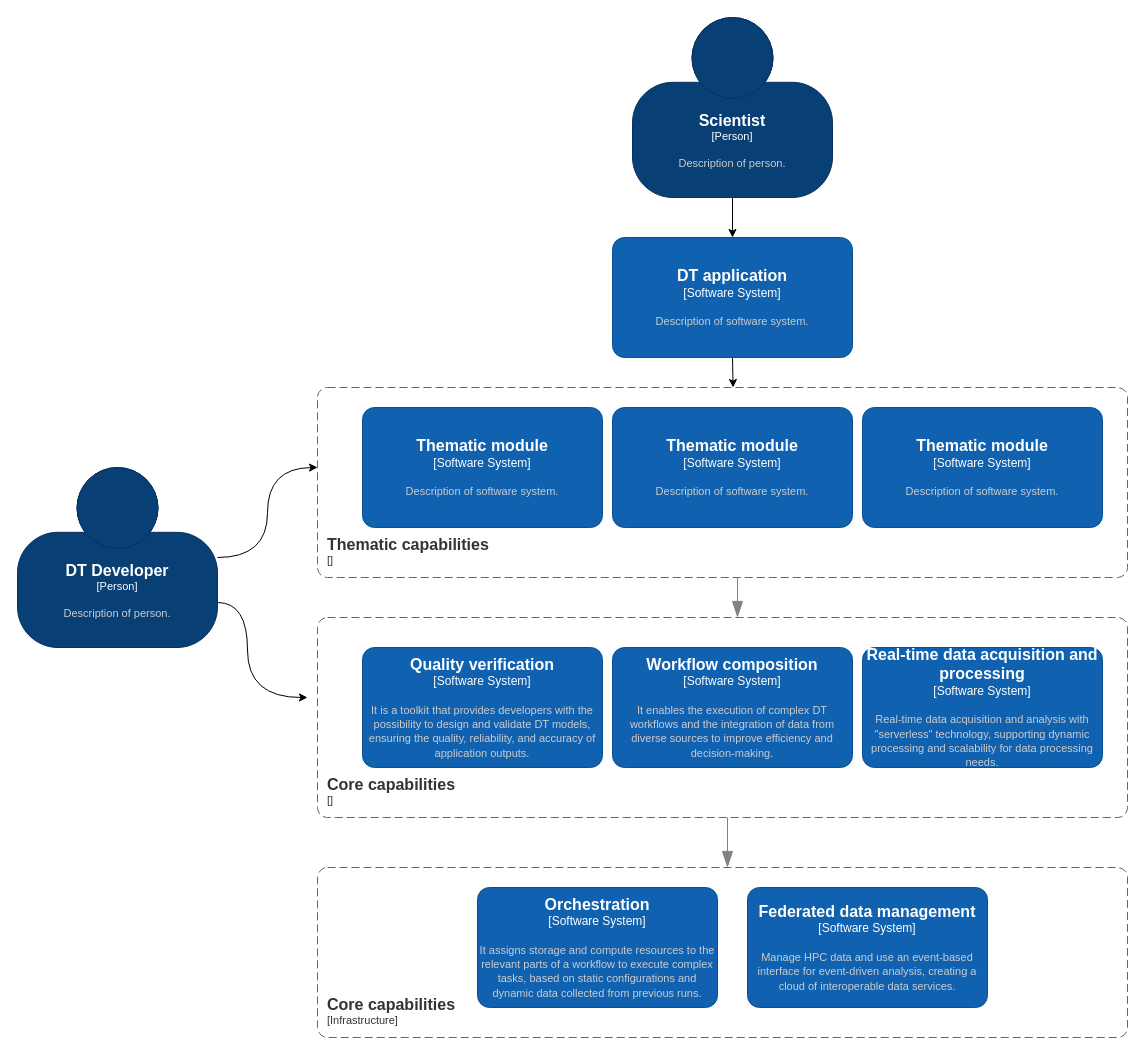
The draw.io diagram page "Proposal" (2 of 4) of DTE/drawio/DTE.drawio in interTwin-eu/architecture-diagrams, before the edit. Source tidied: cells renumbered, new cells numbered last; positions are measured from the earlier drawing's top-left corner, leaving out a move shared by most shapes. Both pictures are drawn from the tidied source at 100%, with x=0, y=0 at pixel (17, 17).
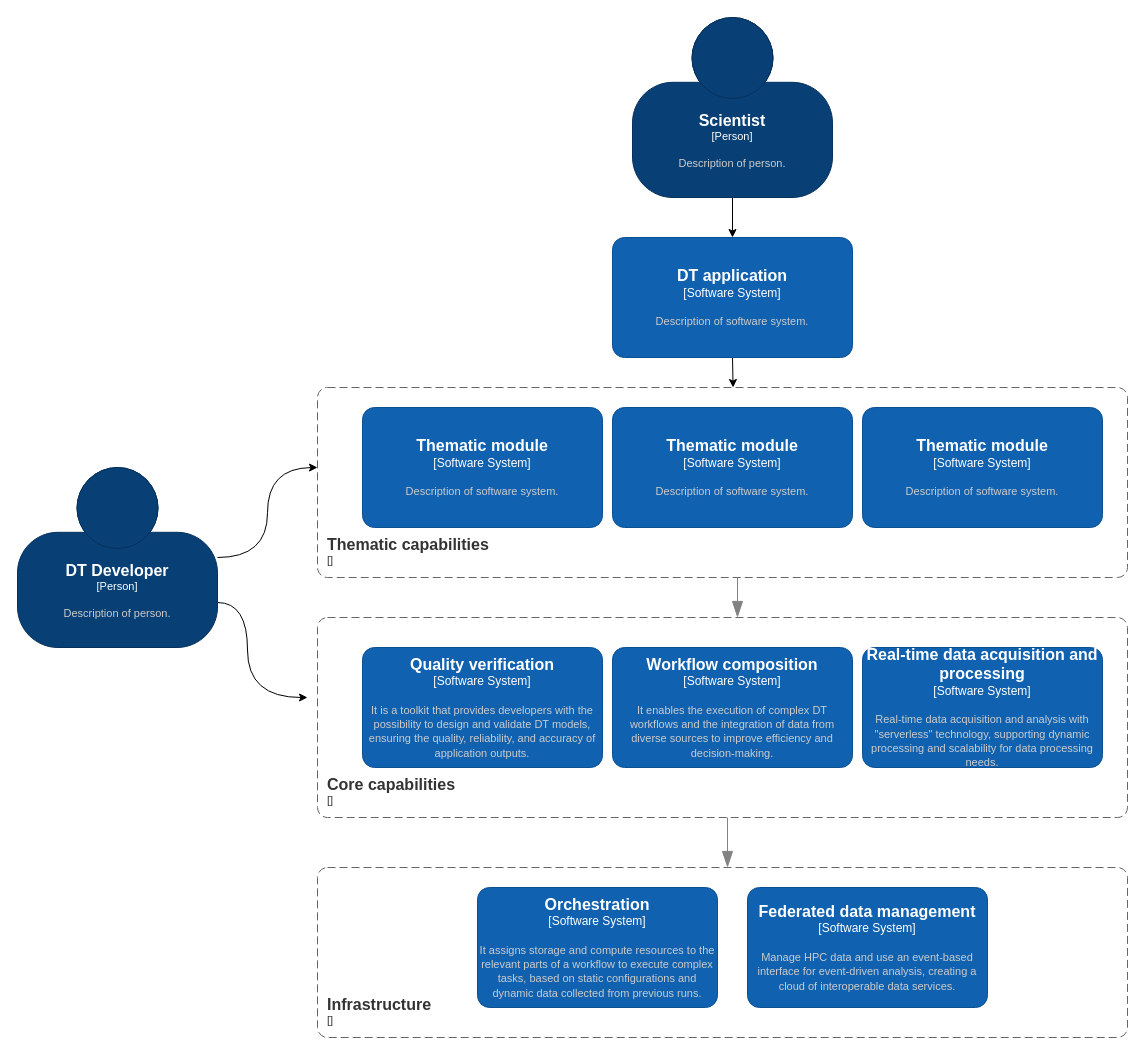
The same page after the edit.

The change refers to these unchanged cells:
```xml
<mxCell id="15" style="group;" parent="1" vertex="1">
  <mxGeometry x="300" y="850" width="810" height="170" as="geometry" />
</mxCell>
```

Diff of the diagram source:
```diff
@@
-    <object id="18" label="&lt;font style=&quot;font-size: 16px&quot;&gt;&lt;b&gt;&lt;div style=&quot;text-align: left&quot;&gt;%c4Name%&lt;/div&gt;&lt;/b&gt;&lt;/font&gt;&lt;div style=&quot;text-align: left&quot;&gt;[%c4Application%]&lt;/div&gt;" c4Application="Infrastructure" c4Name="Core capabilities" placeholders="1">
+    <object id="18" label="&lt;font style=&quot;font-size: 16px&quot;&gt;&lt;b&gt;&lt;div style=&quot;text-align: left&quot;&gt;%c4Name%&lt;/div&gt;&lt;/b&gt;&lt;/font&gt;&lt;div style=&quot;text-align: left&quot;&gt;[%c4Application%]&lt;/div&gt;" c4Application="" c4Name="Infrastructure" placeholders="1">
       <mxCell style="rounded=1;fontSize=11;whiteSpace=wrap;html=1;dashed=1;arcSize=20;fillColor=none;strokeColor=#666666;fontColor=#333333;labelBackgroundColor=none;align=left;verticalAlign=bottom;labelBorderColor=none;spacingTop=0;spacing=10;dashPattern=8 4;perimeter=rectanglePerimeter;noLabel=0;labelPadding=0;absoluteArcSize=1;" parent="15" vertex="1">
         <mxGeometry width="810" height="170" as="geometry" />
       </mxCell>
     </object>
```
